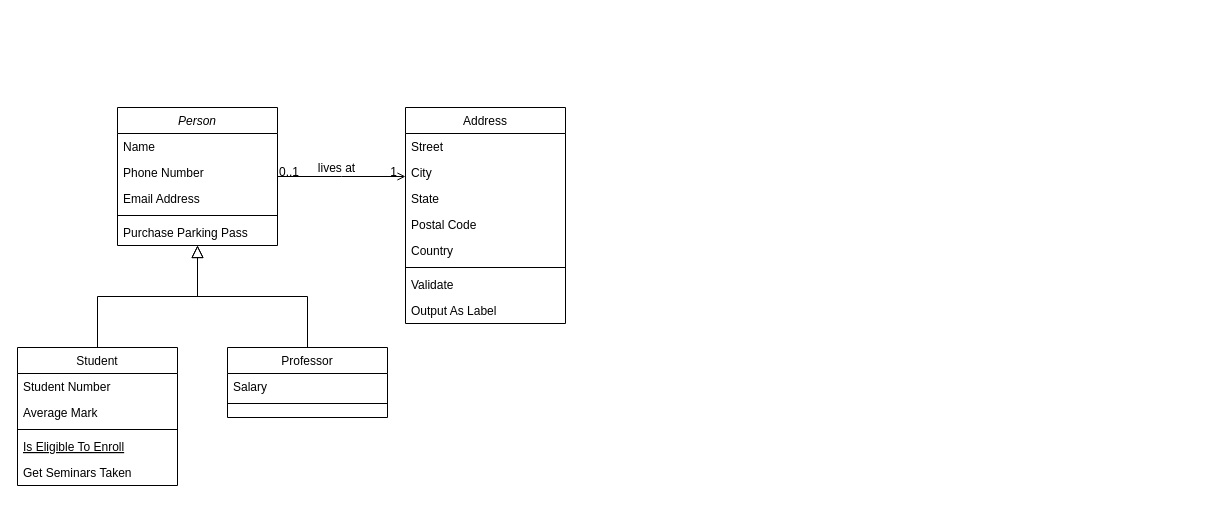
This is 未命名绘图.drawio from milletzhu/datasource, a draw.io file, before an edit. Source tidied: cells renumbered, new cells numbered last; positions are measured from the earlier drawing's top-left corner, leaving out a move shared by most shapes. Both pictures are drawn from the tidied source at 100%, with x=0, y=0 at pixel (17, 107).
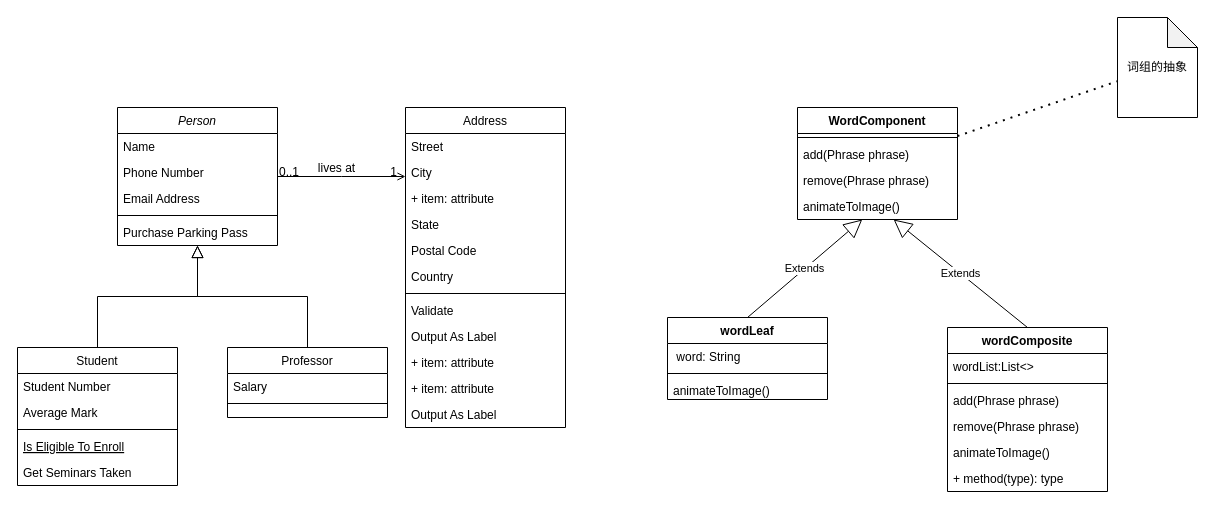
The same diagram, later.

Commit message:
AIGC词生图标注优化类图.drawio

What changed in the source:
```diff
@@
     <mxCell id="19" value="Address" style="swimlane;fontStyle=0;align=center;verticalAlign=top;horizontal=1;startSize=26;rounded=0;shadow=0;strokeWidth=1;" parent="1" vertex="1">
-      <mxGeometry x="388" width="160" height="216" as="geometry" />
+      <mxGeometry x="388" width="160" height="320" as="geometry" />
     </mxCell>
@@
+    <mxCell id="32" value="+ item: attribute" style="text;strokeColor=none;fillColor=none;align=left;verticalAlign=top;spacingLeft=4;spacingRight=4;overflow=hidden;" parent="19" vertex="1">
+      <mxGeometry y="78" width="160" height="26" as="geometry" />
+    </mxCell>
     <mxCell id="22" value="State" style="text;align=left;verticalAlign=top;spacingLeft=4;spacingRight=4;overflow=hidden;rounded=0;shadow=0;html=0;" parent="19" vertex="1">
-      <mxGeometry y="78" width="160" height="26" as="geometry" />
+      <mxGeometry y="104" width="160" height="26" as="geometry" />
     </mxCell>
     <mxCell id="23" value="Postal Code" style="text;align=left;verticalAlign=top;spacingLeft=4;spacingRight=4;overflow=hidden;rounded=0;shadow=0;html=0;" parent="19" vertex="1">
-      <mxGeometry y="104" width="160" height="26" as="geometry" />
+      <mxGeometry y="130" width="160" height="26" as="geometry" />
     </mxCell>
     <mxCell id="24" value="Country" style="text;align=left;verticalAlign=top;spacingLeft=4;spacingRight=4;overflow=hidden;rounded=0;shadow=0;html=0;" parent="19" vertex="1">
-      <mxGeometry y="130" width="160" height="26" as="geometry" />
+      <mxGeometry y="156" width="160" height="26" as="geometry" />
     </mxCell>
     <mxCell id="25" style="line;html=1;strokeWidth=1;align=left;verticalAlign=middle;spacingTop=-1;spacingLeft=3;spacingRight=3;labelPosition=right;" parent="19" vertex="1">
-      <mxGeometry y="156" width="160" height="8" as="geometry" />
+      <mxGeometry y="182" width="160" height="8" as="geometry" />
     </mxCell>
     <mxCell id="26" value="Validate" style="text;align=left;verticalAlign=top;spacingLeft=4;spacingRight=4;overflow=hidden;" parent="19" vertex="1">
-      <mxGeometry y="164" width="160" height="26" as="geometry" />
+      <mxGeometry y="190" width="160" height="26" as="geometry" />
     </mxCell>
+    <mxCell id="33" value="Output As Label" style="text;align=left;verticalAlign=top;spacingLeft=4;spacingRight=4;overflow=hidden;" parent="19" vertex="1">
+      <mxGeometry y="216" width="160" height="26" as="geometry" />
+    </mxCell>
+    <mxCell id="34" value="+ item: attribute" style="text;strokeColor=none;fillColor=none;align=left;verticalAlign=top;spacingLeft=4;spacingRight=4;overflow=hidden;" parent="19" vertex="1">
+      <mxGeometry y="242" width="160" height="26" as="geometry" />
+    </mxCell>
+    <mxCell id="35" value="+ item: attribute" style="text;strokeColor=none;fillColor=none;align=left;verticalAlign=top;spacingLeft=4;spacingRight=4;overflow=hidden;" parent="19" vertex="1">
+      <mxGeometry y="268" width="160" height="26" as="geometry" />
+    </mxCell>
     <mxCell id="27" value="Output As Label" style="text;align=left;verticalAlign=top;spacingLeft=4;spacingRight=4;overflow=hidden;" parent="19" vertex="1">
-      <mxGeometry y="190" width="160" height="26" as="geometry" />
+      <mxGeometry y="294" width="160" height="26" as="geometry" />
     </mxCell>
@@
+    <mxCell id="36" value="WordComponent" style="swimlane;fontStyle=1;align=center;verticalAlign=top;horizontal=1;startSize=26;" parent="1" vertex="1">
+      <mxGeometry x="780" width="160" height="112" as="geometry" />
+    </mxCell>
+    <mxCell id="37" style="line;strokeWidth=1;fillColor=none;align=left;verticalAlign=middle;spacingTop=-1;spacingLeft=3;spacingRight=3;labelPosition=right;strokeColor=inherit;" parent="36" vertex="1">
+      <mxGeometry y="26" width="160" height="8" as="geometry" />
+    </mxCell>
+    <mxCell id="38" value="add(Phrase phrase)" style="text;strokeColor=none;fillColor=none;align=left;verticalAlign=top;spacingLeft=4;spacingRight=4;overflow=hidden;" parent="36" vertex="1">
+      <mxGeometry y="34" width="160" height="26" as="geometry" />
+    </mxCell>
+    <mxCell id="39" value="remove(Phrase phrase)" style="text;strokeColor=none;fillColor=none;align=left;verticalAlign=top;spacingLeft=4;spacingRight=4;overflow=hidden;" parent="36" vertex="1">
+      <mxGeometry y="60" width="160" height="26" as="geometry" />
+    </mxCell>
+    <mxCell id="40" value="animateToImage()" style="text;strokeColor=none;fillColor=none;align=left;verticalAlign=top;spacingLeft=4;spacingRight=4;overflow=hidden;points=[[0,0.5],[1,0.5]];portConstraint=eastwest;" parent="36" vertex="1">
+      <mxGeometry y="86" width="160" height="26" as="geometry" />
+    </mxCell>
+    <mxCell id="41" value="词组的抽象" style="shape=note;whiteSpace=wrap;html=1;backgroundOutline=1;darkOpacity=0.05;" parent="1" vertex="1">
+      <mxGeometry x="1100" y="-90" width="80" height="100" as="geometry" />
+    </mxCell>
+    <mxCell id="42" style="endArrow=none;dashed=1;html=1;dashPattern=1 3;strokeWidth=2;rounded=0;" parent="1" edge="1" source="36" target="41">
+      <mxGeometry relative="1" as="geometry" />
+    </mxCell>
+    <mxCell id="43" value="wordLeaf" style="swimlane;fontStyle=1;align=center;verticalAlign=top;horizontal=1;startSize=26;" parent="1" vertex="1">
+      <mxGeometry x="650" y="210" width="160" height="82" as="geometry" />
+    </mxCell>
+    <mxCell id="44" value=" word: String" style="text;strokeColor=none;fillColor=none;align=left;verticalAlign=top;spacingLeft=4;spacingRight=4;overflow=hidden;" parent="43" vertex="1">
+      <mxGeometry y="26" width="160" height="26" as="geometry" />
+    </mxCell>
+    <mxCell id="45" style="line;strokeWidth=1;fillColor=none;align=left;verticalAlign=middle;spacingTop=-1;spacingLeft=3;spacingRight=3;labelPosition=right;strokeColor=inherit;" parent="43" vertex="1">
+      <mxGeometry y="52" width="160" height="8" as="geometry" />
+    </mxCell>
+    <mxCell id="46" value="animateToImage()" style="text;strokeColor=none;fillColor=none;align=left;verticalAlign=top;spacingLeft=4;spacingRight=4;overflow=hidden;" parent="43" vertex="1">
+      <mxGeometry y="60" width="160" height="22" as="geometry" />
+    </mxCell>
+    <mxCell id="47" value="Extends" style="endArrow=block;endSize=16;endFill=0;html=1;rounded=0;exitX=0.5;exitY=0;exitDx=0;exitDy=0;" parent="1" edge="1" source="43" target="40">
+      <mxGeometry relative="1" as="geometry" />
+    </mxCell>
+    <mxCell id="48" value="wordComposite" style="swimlane;fontStyle=1;align=center;verticalAlign=top;horizontal=1;startSize=26;" parent="1" vertex="1">
+      <mxGeometry x="930" y="220" width="160" height="164" as="geometry" />
+    </mxCell>
+    <mxCell id="49" value="wordList:List&lt;&gt;" style="text;strokeColor=none;fillColor=none;align=left;verticalAlign=top;spacingLeft=4;spacingRight=4;overflow=hidden;" parent="48" vertex="1">
+      <mxGeometry y="26" width="160" height="26" as="geometry" />
+    </mxCell>
+    <mxCell id="50" style="line;strokeWidth=1;fillColor=none;align=left;verticalAlign=middle;spacingTop=-1;spacingLeft=3;spacingRight=3;labelPosition=right;strokeColor=inherit;" parent="48" vertex="1">
+      <mxGeometry y="52" width="160" height="8" as="geometry" />
+    </mxCell>
+    <mxCell id="51" value="add(Phrase phrase)" style="text;strokeColor=none;fillColor=none;align=left;verticalAlign=top;spacingLeft=4;spacingRight=4;overflow=hidden;" parent="48" vertex="1">
+      <mxGeometry y="60" width="160" height="26" as="geometry" />
+    </mxCell>
+    <mxCell id="52" value="remove(Phrase phrase)" style="text;strokeColor=none;fillColor=none;align=left;verticalAlign=top;spacingLeft=4;spacingRight=4;overflow=hidden;" parent="48" vertex="1">
+      <mxGeometry y="86" width="160" height="26" as="geometry" />
+    </mxCell>
+    <mxCell id="53" value="animateToImage()" style="text;strokeColor=none;fillColor=none;align=left;verticalAlign=top;spacingLeft=4;spacingRight=4;overflow=hidden;" parent="48" vertex="1">
+      <mxGeometry y="112" width="160" height="26" as="geometry" />
+    </mxCell>
+    <mxCell id="54" value="+ method(type): type" style="text;strokeColor=none;fillColor=none;align=left;verticalAlign=top;spacingLeft=4;spacingRight=4;overflow=hidden;" parent="48" vertex="1">
+      <mxGeometry y="138" width="160" height="26" as="geometry" />
+    </mxCell>
+    <mxCell id="55" value="Extends" style="endArrow=block;endSize=16;endFill=0;html=1;rounded=0;exitX=0.5;exitY=0;exitDx=0;exitDy=0;" parent="1" edge="1" source="48" target="40">
+      <mxGeometry relative="1" as="geometry" />
+    </mxCell>
```
